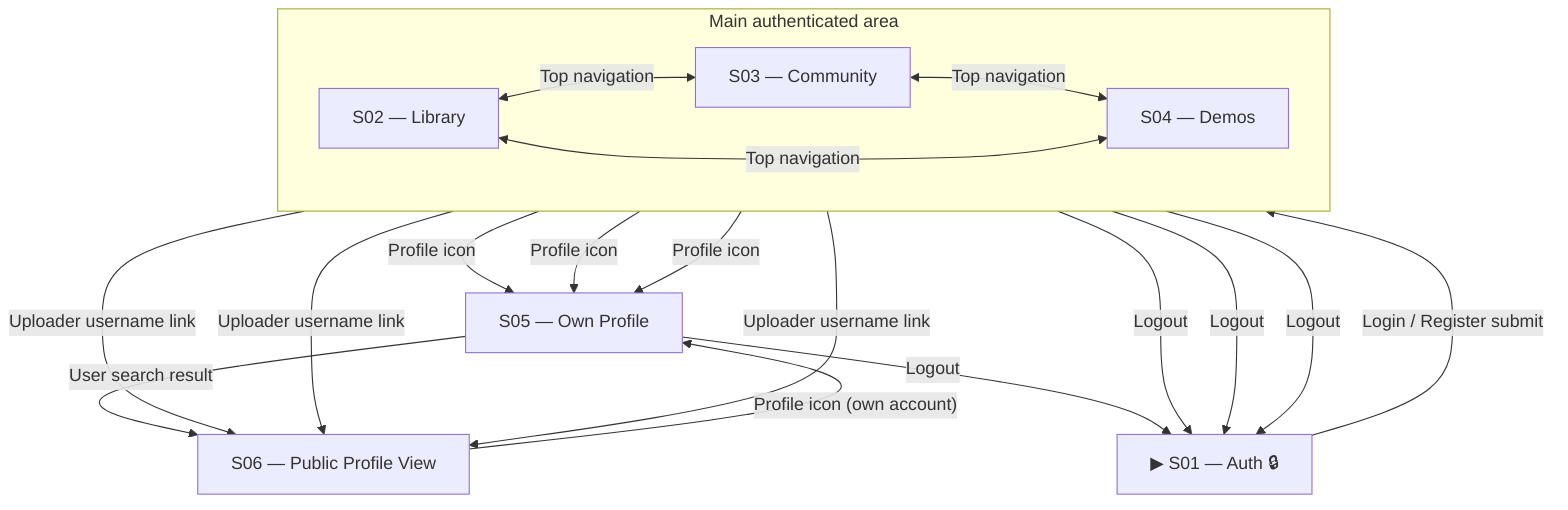
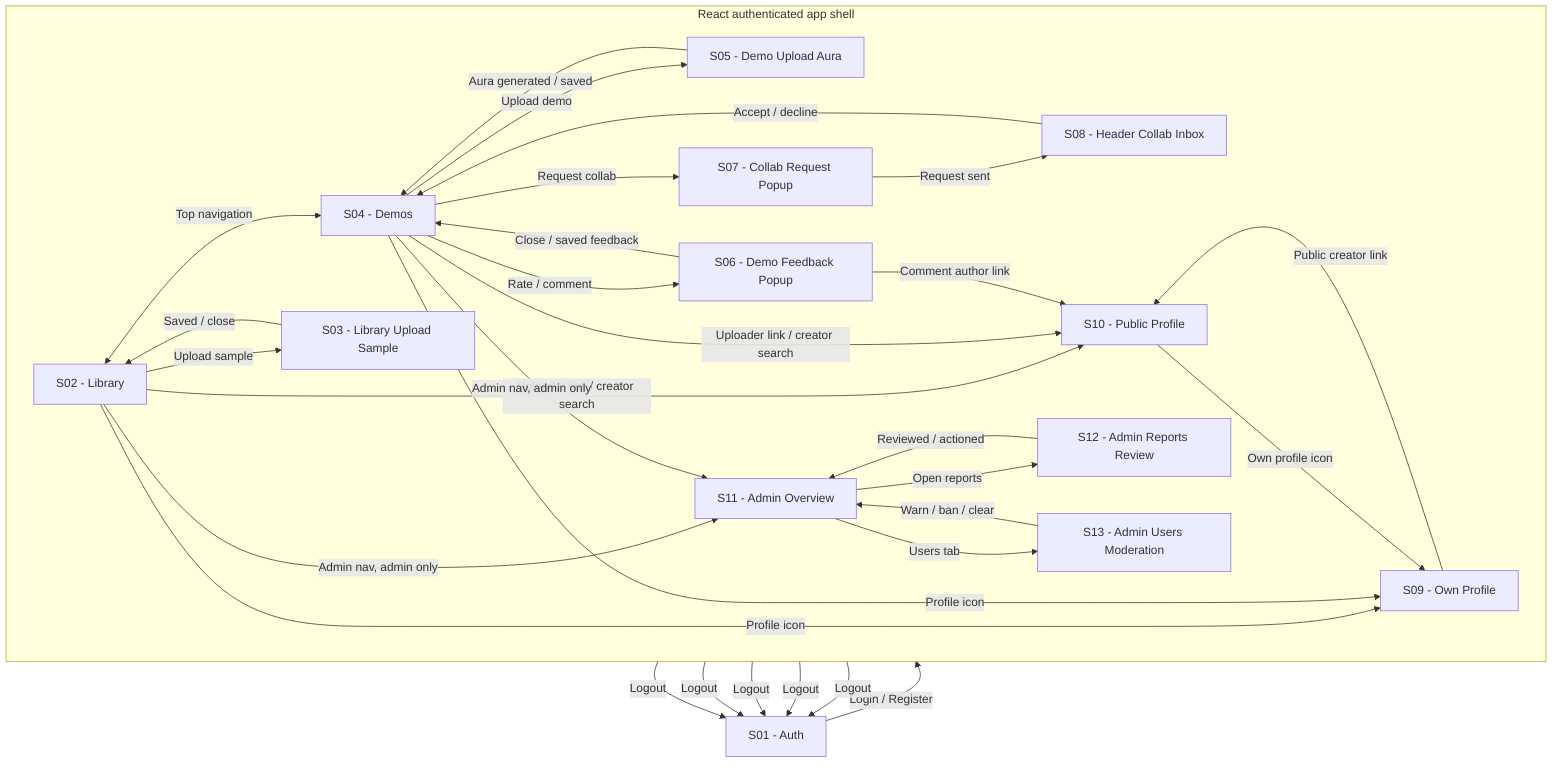
flowchart TB
-     A["▶ S01 — Auth 🔒"]
+     A["S01 - Auth"]

-     subgraph MAIN["Main authenticated area"]
+     subgraph APP["React authenticated app shell"]
        direction LR
-         B["S02 — Library"]
-         C["S03 — Community"]
-         D["S04 — Demos"]
+         B["S02 - Library"]
+         C["S03 - Library Upload Sample"]
+         D["S04 - Demos"]
+         E["S05 - Demo Upload Aura"]
+         F["S06 - Demo Feedback Popup"]
+         G["S07 - Collab Request Popup"]
+         H["S08 - Header Collab Inbox"]
+         I["S09 - Own Profile"]
+         J["S10 - Public Profile"]
+         K["S11 - Admin Overview"]
+         L["S12 - Admin Reports Review"]
+         M["S13 - Admin Users Moderation"]
    end

-     E["S05 — Own Profile"]
-     F["S06 — Public Profile View"]
+     A -->|"Login / Register"| B

-     A -->|"Login / Register submit"| B
+     B <-->|"Top navigation"| D
+     B -->|"Upload sample"| C
+     C -->|"Saved / close"| B

-     B <-->|"Top navigation"| C
-     C <-->|"Top navigation"| D
-     B <-->|"Top navigation"| D
+     D -->|"Upload demo"| E
+     E -->|"Aura generated / saved"| D
+     D -->|"Rate / comment"| F
+     F -->|"Close / saved feedback"| D
+     D -->|"Request collab"| G
+     G -->|"Request sent"| H
+     H -->|"Accept / decline"| D

-     B -->|"Profile icon"| E
-     C -->|"Profile icon"| E
-     D -->|"Profile icon"| E
+     B -->|"Profile icon"| I
+     D -->|"Profile icon"| I
+     B -->|"Uploader link / creator search"| J
+     D -->|"Uploader link / creator search"| J
+     F -->|"Comment author link"| J
+     I -->|"Public creator link"| J
+     J -->|"Own profile icon"| I

-     B -->|"Uploader username link"| F
-     C -->|"Uploader username link"| F
-     D -->|"Uploader username link"| F
-     E -->|"User search result"| F
-     F -->|"Profile icon (own account)"| E
+     K -->|"Open reports"| L
+     K -->|"Users tab"| M
+     L -->|"Reviewed / actioned"| K
+     M -->|"Warn / ban / clear"| K
+ 
+     B -->|"Admin nav, admin only"| K
+     D -->|"Admin nav, admin only"| K

    B -->|"Logout"| A
-     C -->|"Logout"| A
    D -->|"Logout"| A
-     E -->|"Logout"| A
+     I -->|"Logout"| A
+     J -->|"Logout"| A
+     K -->|"Logout"| A
